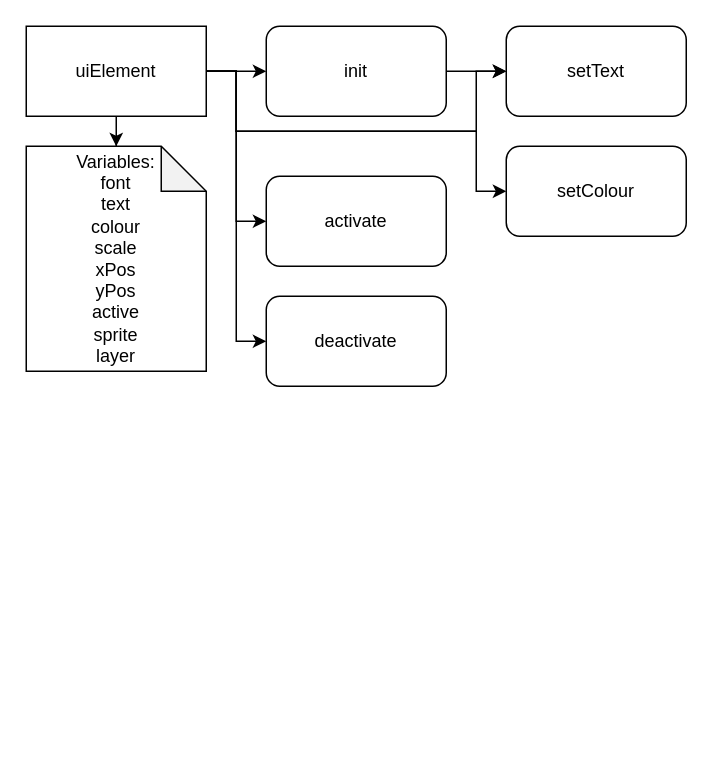
Before: evidenceFolder/homework4/drawDocStuff/hw4UiPlannedUpgradesPDD.drawio in dr1zzleGDShu/miscRepoFixed, a draw.io diagram. Source tidied: cells renumbered, new cells numbered last; positions are measured from the earlier drawing's top-left corner, leaving out a move shared by most shapes. Both pictures are drawn from the tidied source at 150%, with x=0, y=0 at pixel (26, 26).
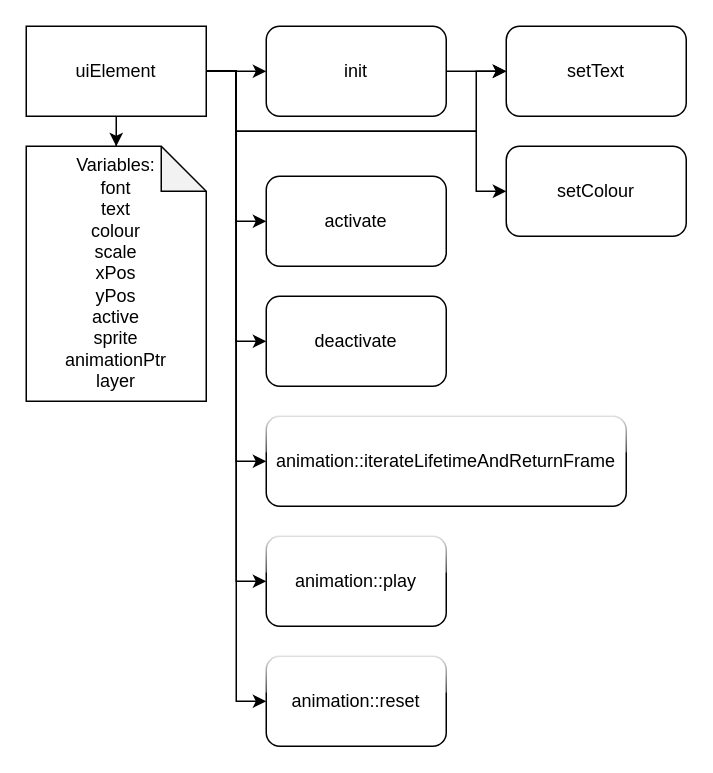
The same diagram, later.

Unchanged cells that the change refers to:
```xml
<mxCell id="7" value="uiElement" style="rounded=0;whiteSpace=wrap;html=1;" parent="1" vertex="1">
  <mxGeometry width="120" height="60" as="geometry" />
</mxCell>
```

Diff of the diagram source:
```diff
@@
+    <mxCell id="16" style="edgeStyle=orthogonalEdgeStyle;rounded=0;jettySize=auto;html=1;entryX=0;entryY=0.5;entryDx=0;entryDy=0;" parent="1" edge="1" source="7" target="19">
+      <mxGeometry relative="1" as="geometry" />
+    </mxCell>
+    <mxCell id="17" style="edgeStyle=orthogonalEdgeStyle;rounded=0;jettySize=auto;html=1;entryX=0;entryY=0.5;entryDx=0;entryDy=0;" parent="1" edge="1" source="7" target="20">
+      <mxGeometry relative="1" as="geometry" />
+    </mxCell>
+    <mxCell id="18" style="edgeStyle=orthogonalEdgeStyle;rounded=0;jettySize=auto;html=1;entryX=0;entryY=0.5;entryDx=0;entryDy=0;" parent="1" edge="1" source="7" target="21">
+      <mxGeometry relative="1" as="geometry" />
+    </mxCell>
@@
-    <mxCell id="8" value="&lt;div&gt;Variables:&lt;/div&gt;font&lt;div&gt;text&lt;/div&gt;&lt;div&gt;colour&lt;/div&gt;&lt;div&gt;scale&lt;/div&gt;&lt;div&gt;xPos&lt;/div&gt;&lt;div&gt;yPos&lt;/div&gt;&lt;div&gt;active&lt;/div&gt;&lt;div&gt;sprite&lt;/div&gt;&lt;div&gt;layer&lt;/div&gt;" style="shape=note;whiteSpace=wrap;html=1;backgroundOutline=1;darkOpacity=0.05;" parent="1" vertex="1">
-      <mxGeometry y="80" width="120" height="150" as="geometry" />
+    <mxCell id="8" value="&lt;div&gt;Variables:&lt;/div&gt;font&lt;div&gt;text&lt;/div&gt;&lt;div&gt;colour&lt;/div&gt;&lt;div&gt;scale&lt;/div&gt;&lt;div&gt;xPos&lt;/div&gt;&lt;div&gt;yPos&lt;/div&gt;&lt;div&gt;active&lt;/div&gt;&lt;div&gt;sprite&lt;/div&gt;&lt;div&gt;animationPtr&lt;/div&gt;&lt;div&gt;layer&lt;/div&gt;" style="shape=note;whiteSpace=wrap;html=1;backgroundOutline=1;darkOpacity=0.05;" parent="1" vertex="1">
+      <mxGeometry y="80" width="120" height="170" as="geometry" />
     </mxCell>
@@
+    <mxCell id="19" value="animation::iterateLifetimeAndReturnFrame" style="rounded=1;whiteSpace=wrap;html=1;glass=1;" parent="1" vertex="1">
+      <mxGeometry x="160" y="260" width="240" height="60" as="geometry" />
+    </mxCell>
+    <mxCell id="20" value="animation::play" style="rounded=1;whiteSpace=wrap;html=1;glass=1;" parent="1" vertex="1">
+      <mxGeometry x="160" y="340" width="120" height="60" as="geometry" />
+    </mxCell>
+    <mxCell id="21" value="animation::reset" style="rounded=1;whiteSpace=wrap;html=1;glass=1;" parent="1" vertex="1">
+      <mxGeometry x="160" y="420" width="120" height="60" as="geometry" />
+    </mxCell>
```
